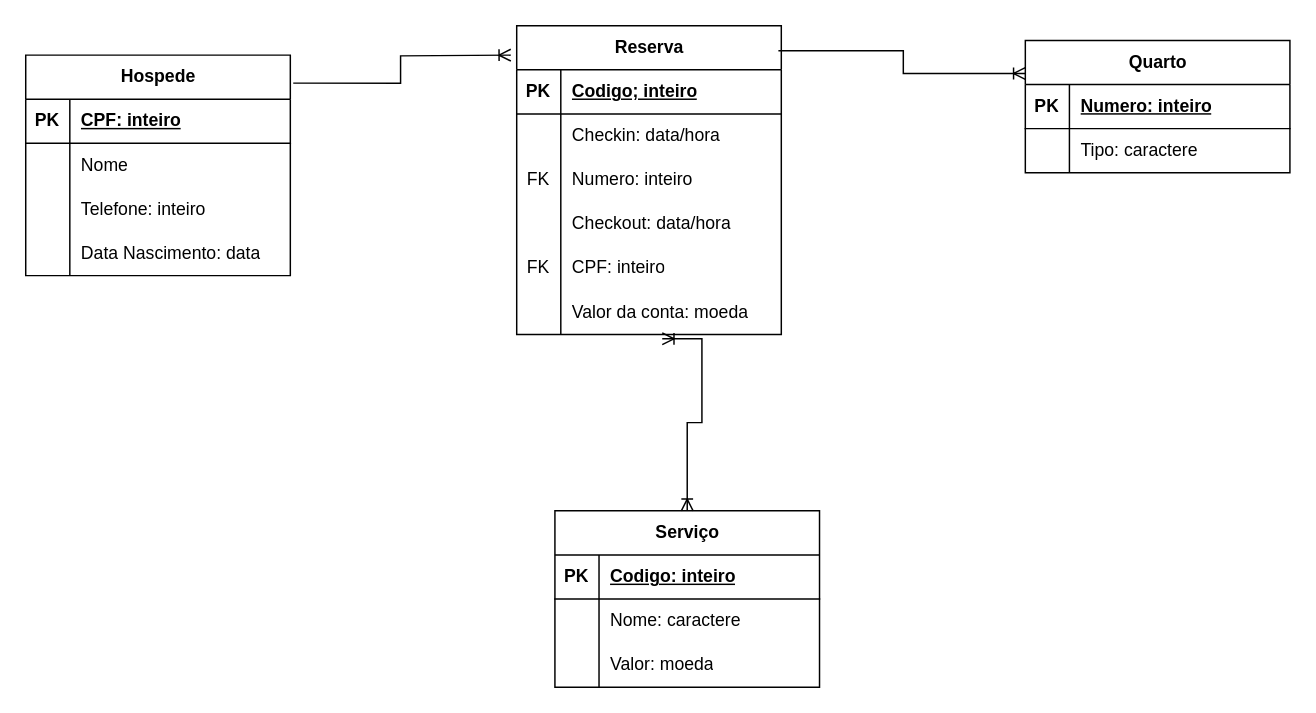
The draw.io diagram atividade em sala.drawio in adiantaduh/bd1, before the edit. Source tidied: cells renumbered, new cells numbered last; positions are measured from the earlier drawing's top-left corner, leaving out a move shared by most shapes. Both pictures are drawn from the tidied source at 147%, with x=0, y=0 at pixel (25, 25).
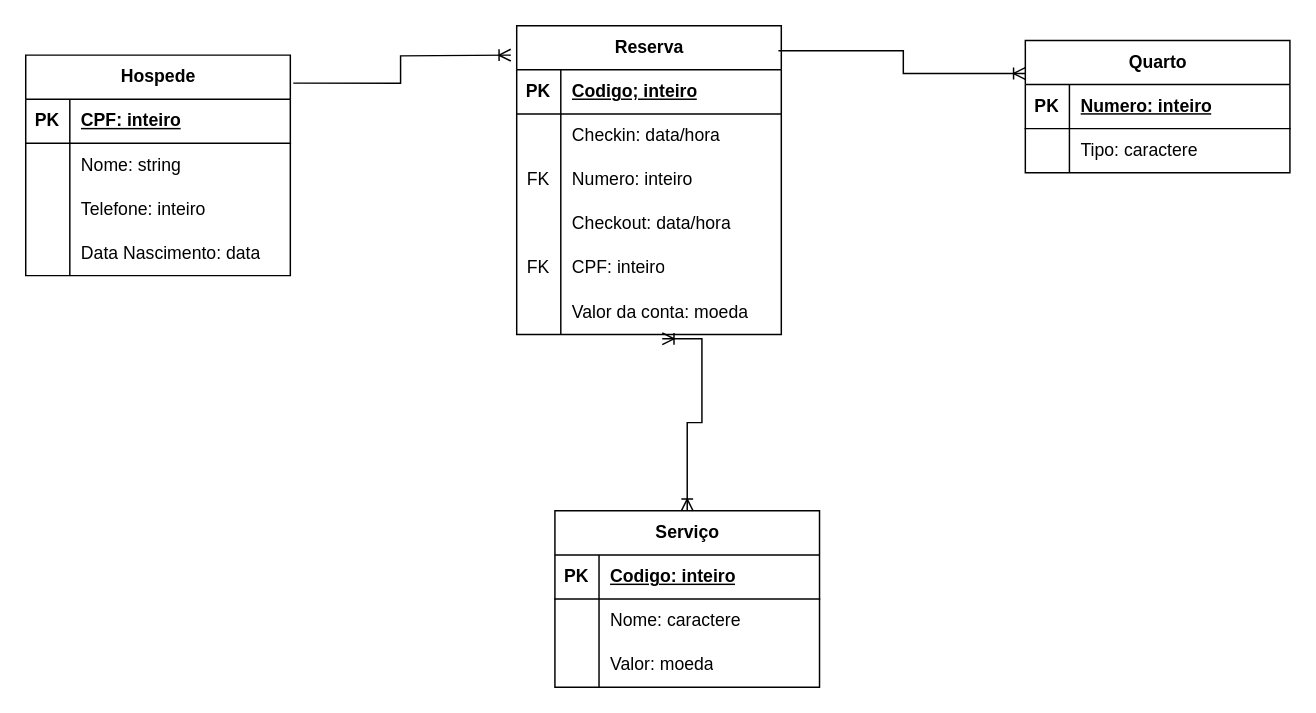
The same diagram, later.

Unchanged cells that the change refers to:
```xml
<mxCell id="6" style="shape=tableRow;horizontal=0;startSize=0;swimlaneHead=0;swimlaneBody=0;fillColor=none;top=0;left=0;right=0;bottom=0;" parent="2" vertex="1">
  <mxGeometry y="60" width="180" height="30" as="geometry" />
</mxCell>
```

Diff of the diagram source:
```diff
@@
-    <mxCell id="8" value="Nome&lt;span style=&quot;white-space: pre;&quot;&gt;&#9;&lt;/span&gt;" style="shape=partialRectangle;fillColor=none;top=0;left=0;bottom=0;right=0;align=left;spacingLeft=6;overflow=hidden;whiteSpace=wrap;html=1;" parent="6" vertex="1">
+    <mxCell id="8" value="Nome: string&lt;span style=&quot;white-space: pre;&quot;&gt;&#9;&lt;/span&gt;" style="shape=partialRectangle;fillColor=none;top=0;left=0;bottom=0;right=0;align=left;spacingLeft=6;overflow=hidden;whiteSpace=wrap;html=1;" parent="6" vertex="1">
       <mxGeometry x="30" width="150" height="30" as="geometry" />
     </mxCell>
```
